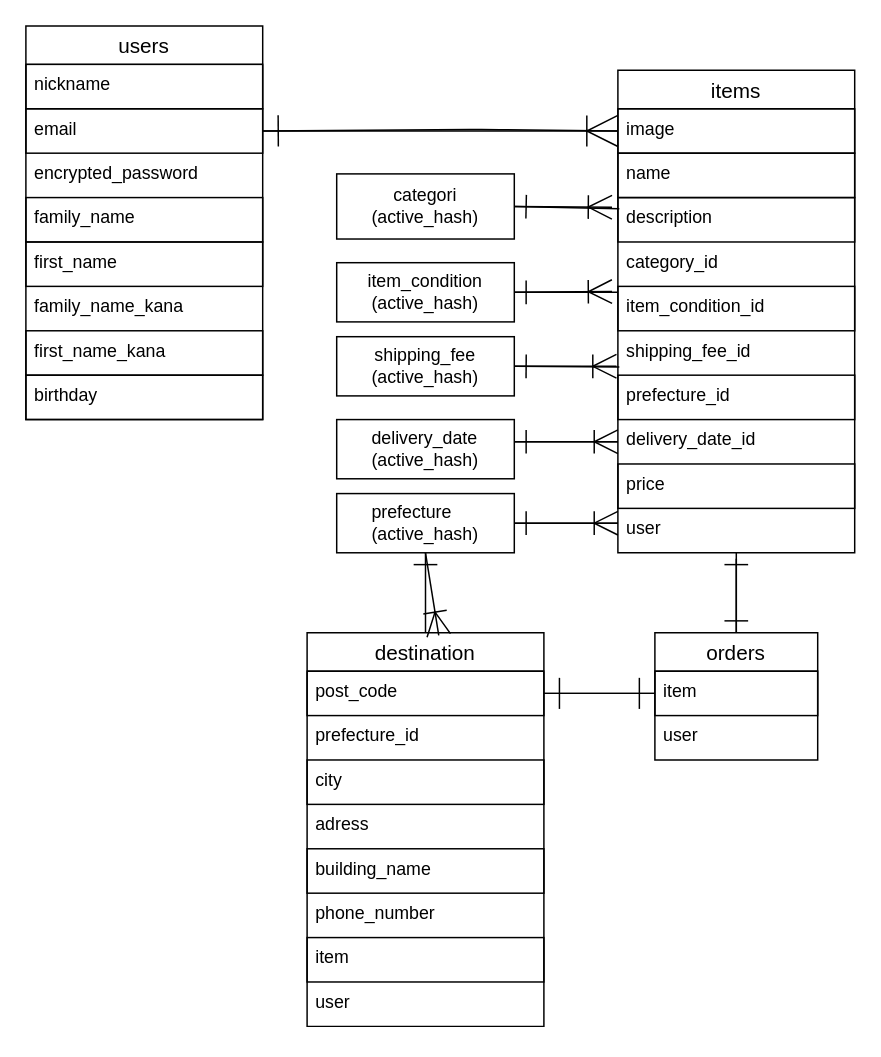
The draw.io diagram furima.dio in 38385kobi/furima-38385, before the edit. Source tidied: cells renumbered, new cells numbered last; positions are measured from the earlier drawing's top-left corner, leaving out a move shared by most shapes. Both pictures are drawn from the tidied source at 148%, with x=0, y=0 at pixel (25, 25).
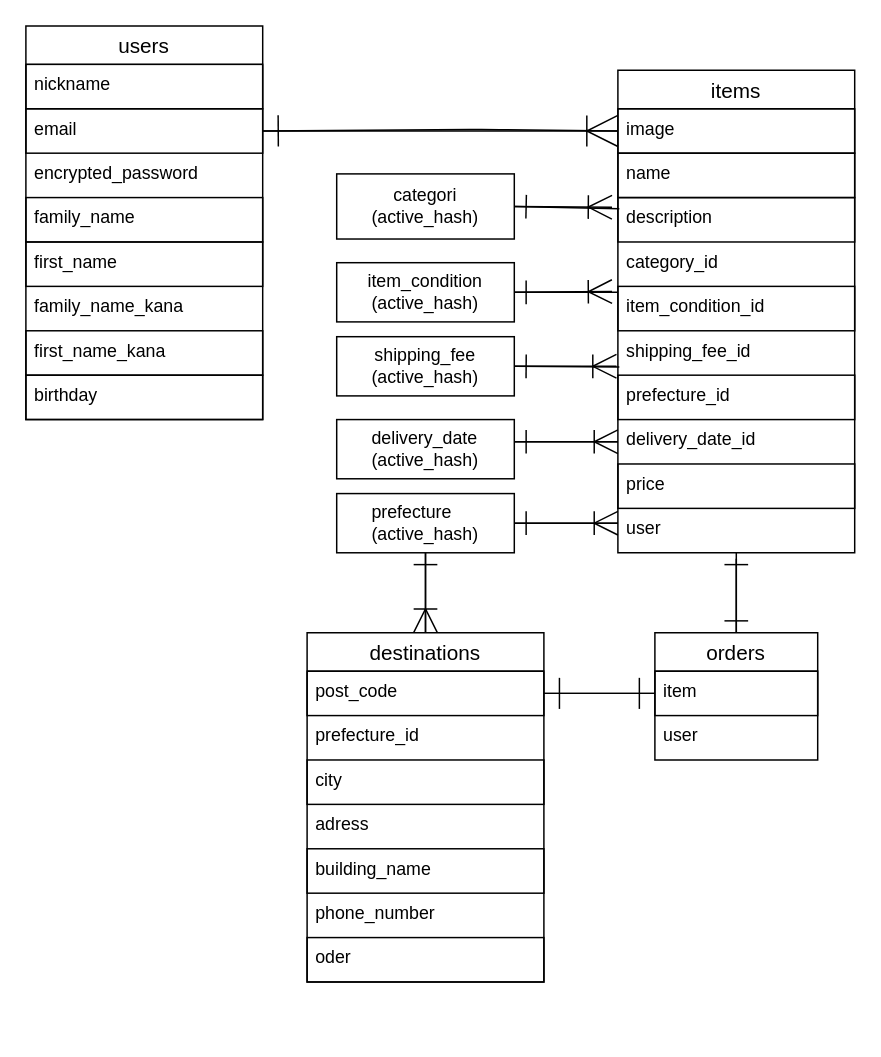
The same diagram, later.

Commit message (it also covers changes not shown here):
READMEとER図の修正④

The change refers to these unchanged cells:
```xml
<mxCell id="51" value="&lt;div style=&quot;text-align: left&quot;&gt;prefecture&lt;/div&gt;&lt;div style=&quot;text-align: left&quot;&gt;(active_hash)&lt;/div&gt;" style="whiteSpace=wrap;html=1;align=center;" parent="1" vertex="1">
  <mxGeometry x="210" y="316" width="120" height="40" as="geometry" />
</mxCell>
```

What changed in the source:
```diff
@@
-    <mxCell id="12" value="destination" style="swimlane;fontStyle=0;horizontal=1;startSize=26;align=center;fontSize=14;" parent="1" vertex="1">
-      <mxGeometry x="190" y="410" width="160" height="266" as="geometry" />
+    <mxCell id="12" value="destinations" style="swimlane;fontStyle=0;horizontal=1;startSize=26;align=center;fontSize=14;" parent="1" vertex="1">
+      <mxGeometry x="190" y="410" width="160" height="236" as="geometry" />
     </mxCell>
@@
-    <mxCell id="19" value="item" style="text;strokeColor=default;fillColor=none;spacingLeft=4;spacingRight=4;overflow=hidden;fontSize=12;" parent="12" vertex="1">
+    <mxCell id="19" value="oder" style="text;strokeColor=default;fillColor=none;spacingLeft=4;spacingRight=4;overflow=hidden;fontSize=12;" parent="12" vertex="1">
       <mxGeometry y="206" width="160" height="30" as="geometry" />
     </mxCell>
-    <mxCell id="20" value="user" style="text;strokeColor=none;fillColor=none;spacingLeft=4;spacingRight=4;overflow=hidden;fontSize=12;" parent="12" vertex="1">
-      <mxGeometry y="236" width="160" height="30" as="geometry" />
-    </mxCell>
@@
-    <mxCell id="50" style="edgeStyle=none;html=1;exitX=0.5;exitY=1;exitDx=0;exitDy=0;entryX=0.556;entryY=0.007;entryDx=0;entryDy=0;endArrow=ERoneToMany;endFill=0;endSize=14;strokeWidth=1;entryPerimeter=0;" parent="1" edge="1" source="51" target="12">
+    <mxCell id="50" style="edgeStyle=none;html=1;exitX=0.5;exitY=1;exitDx=0;exitDy=0;entryX=0.5;entryY=0;entryDx=0;entryDy=0;endArrow=ERoneToMany;endFill=0;endSize=14;strokeWidth=1;" parent="1" edge="1" source="51" target="12">
       <mxGeometry relative="1" as="geometry" />
     </mxCell>
```
